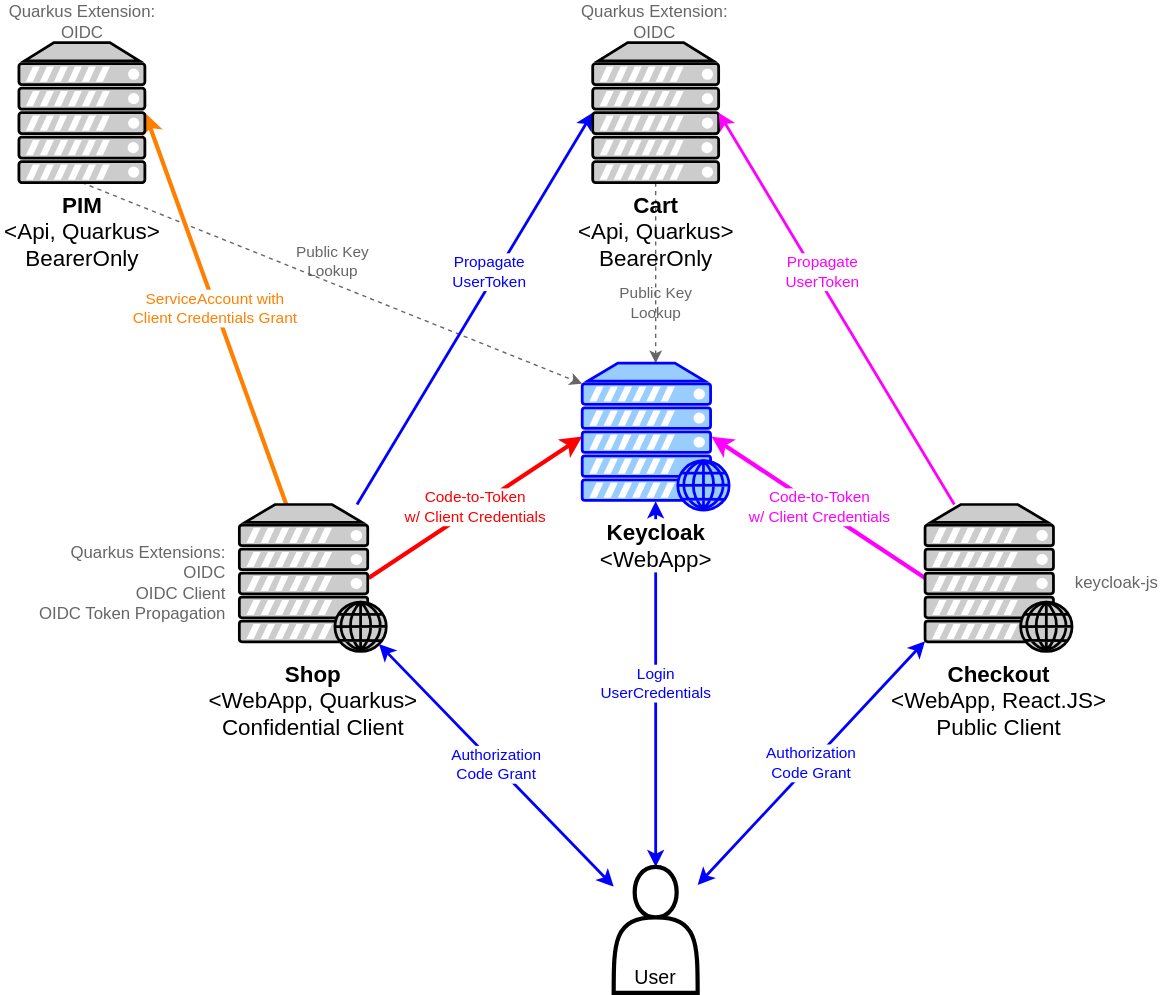
The draw.io diagram architecture.svg in dasniko/keycloak-bookshop-demo, before a commit. Source tidied: cells renumbered, new cells last; positions are measured from the earlier drawing's top-left corner, leaving out a move shared by most shapes.
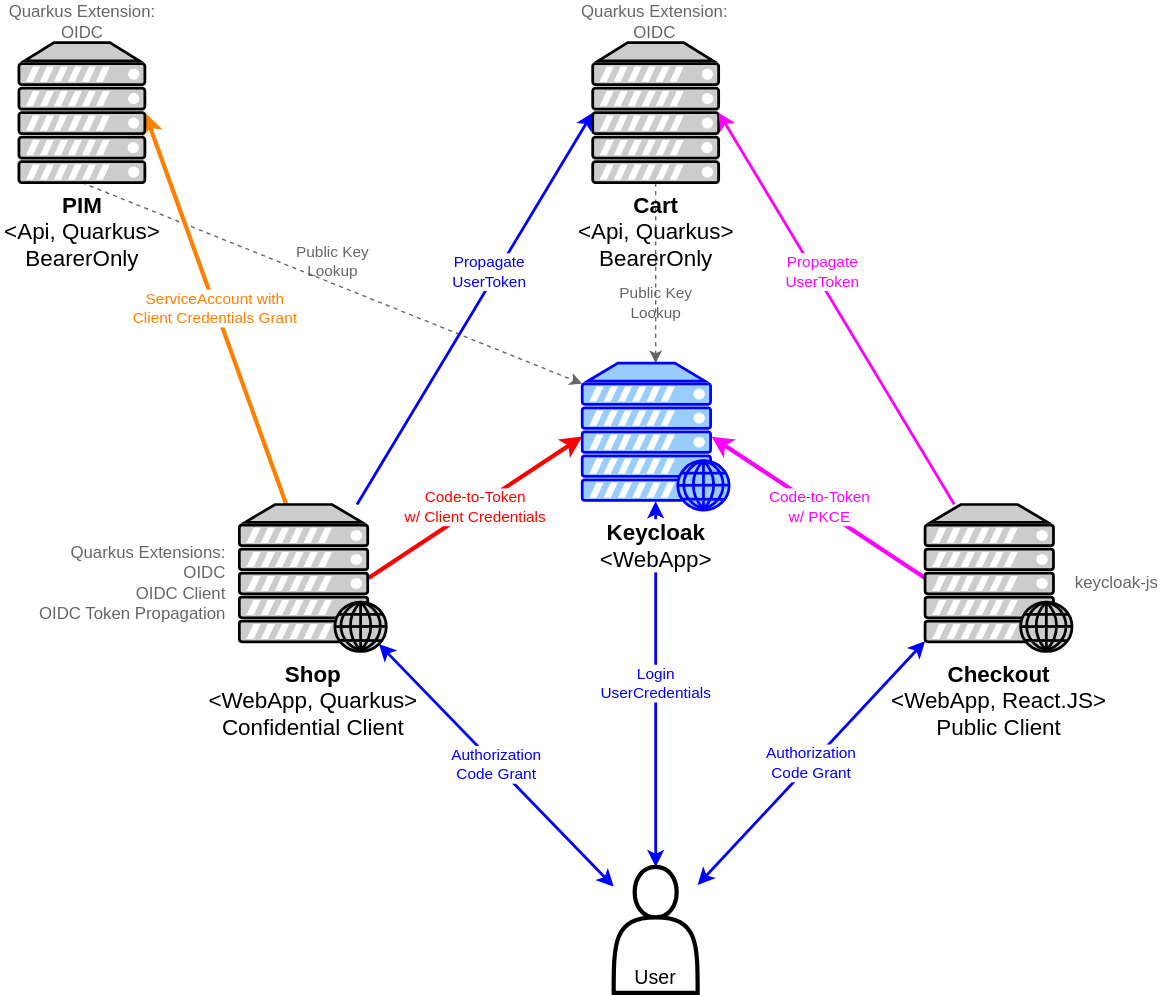
The same diagram one commit later.

What changed in the source:
```diff
@@ -23,7 +23,7 @@
     <mxCell id="8" value="Cart&lt;br style=&quot;font-size: 16px&quot;&gt;&lt;font style=&quot;font-size: 16px ; font-weight: normal&quot;&gt;&amp;lt;Api, Quarkus&amp;gt;&lt;br style=&quot;font-size: 16px&quot;&gt;BearerOnly&lt;/font&gt;" style="verticalAlign=top;verticalLabelPosition=bottom;labelPosition=center;align=center;html=1;outlineConnect=0;fillColor=#CCCCCC;gradientColor=none;gradientDirection=north;strokeWidth=2;shape=mxgraph.networks.server;strokeColor=#000000;fontSize=16;fontStyle=1;fontColor=#000000;" parent="1" vertex="1">
       <mxGeometry x="422" y="30" width="90" height="100" as="geometry" />
     </mxCell>
-    <mxCell id="9" value="Code-to-Token&lt;br&gt;w/ Client Credentials" style="edgeStyle=none;rounded=0;jettySize=auto;html=1;entryX=0.88;entryY=0.5;entryDx=0;entryDy=0;strokeWidth=3;startArrow=none;startFill=0;strokeColor=#FF00FF;fontColor=#FF00FF;labelBackgroundColor=#ffffff;exitX=0;exitY=0.5;exitDx=0;exitDy=0;exitPerimeter=0;entryPerimeter=0;" parent="1" edge="1" source="11" target="21">
+    <mxCell id="9" value="Code-to-Token&lt;br&gt;w/ PKCE" style="edgeStyle=none;rounded=0;jettySize=auto;html=1;entryX=0.88;entryY=0.5;entryDx=0;entryDy=0;strokeWidth=3;startArrow=none;startFill=0;strokeColor=#FF00FF;fontColor=#FF00FF;labelBackgroundColor=#ffffff;exitX=0;exitY=0.5;exitDx=0;exitDy=0;exitPerimeter=0;entryPerimeter=0;" parent="1" edge="1" source="11" target="21">
       <mxGeometry relative="1" as="geometry" />
     </mxCell>
     <mxCell id="10" value="Propagate&lt;br&gt;UserToken" style="edgeStyle=none;rounded=0;jettySize=auto;html=1;entryX=1;entryY=0.5;entryDx=0;entryDy=0;entryPerimeter=0;strokeColor=#FF00FF;strokeWidth=2;fontColor=#FF00FF;labelBackgroundColor=#ffffff;verticalAlign=middle;labelPosition=center;verticalLabelPosition=middle;align=center;" parent="1" edge="1" source="11" target="8">
```
